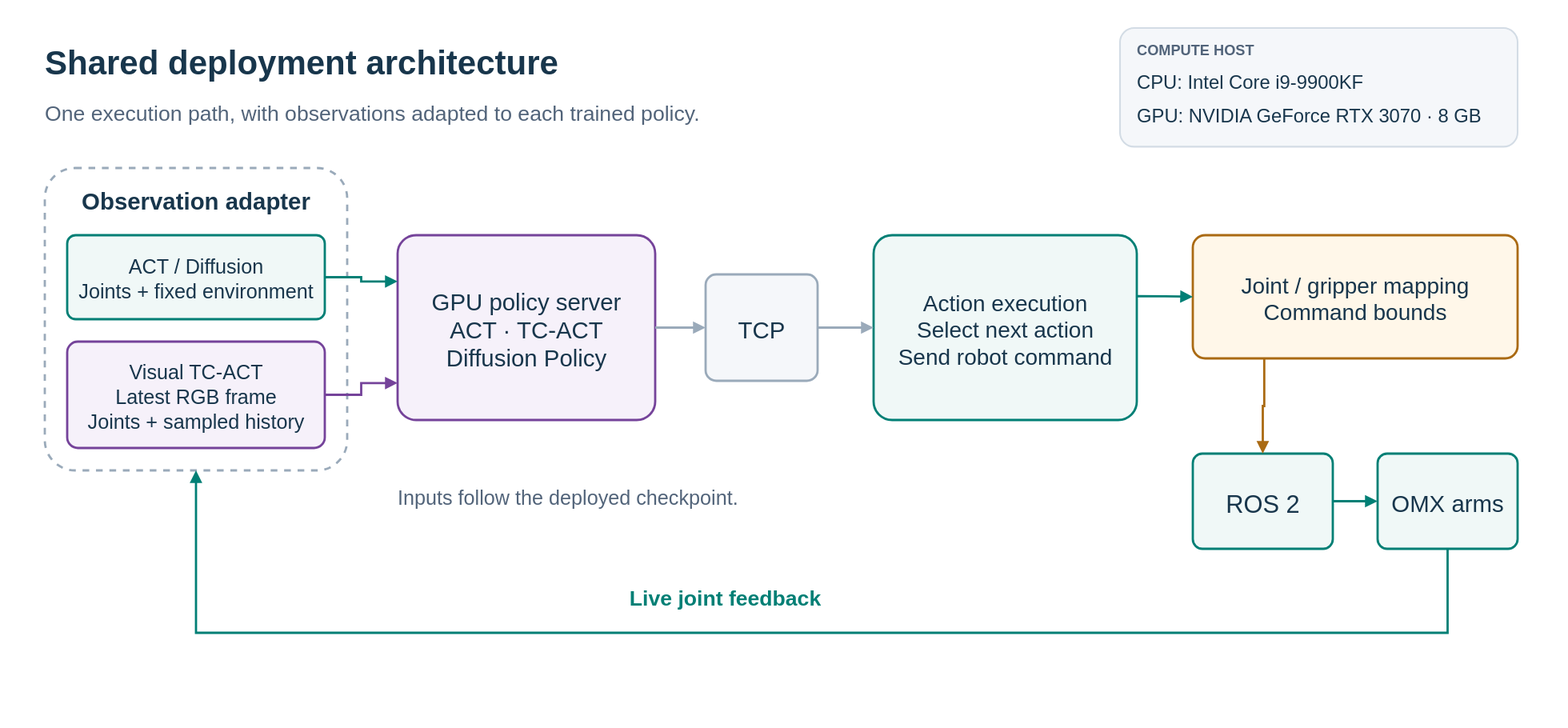
The draw.io diagram docs/assets/diagrams/hardware-deployment-architecture.svg in green101630-jwi/literate-octo-doodle, before a commit. Source tidied: cells renumbered, new cells last; positions are measured from the earlier drawing's top-left corner, leaving out a move shared by most shapes.
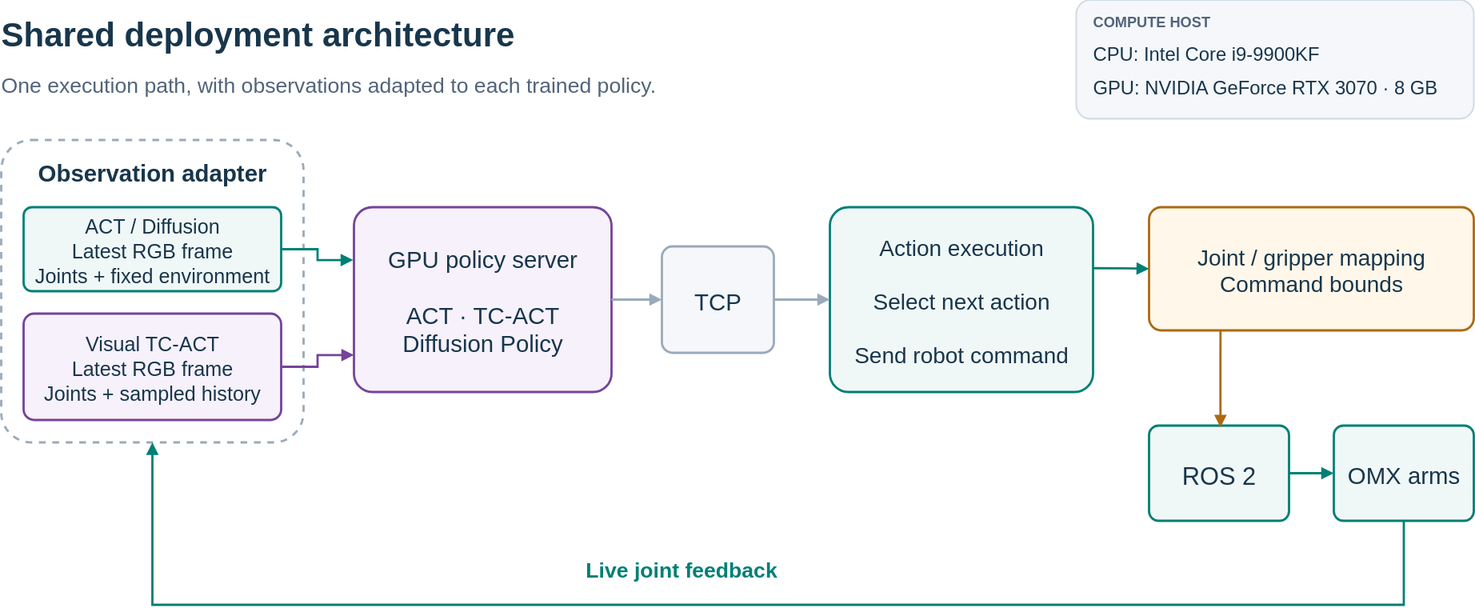
The same diagram one commit later.

Commit message:
Display the uploaded draw.io diagrams and synchronize editable source

Diff of the diagram source:
```diff
@@ -14,19 +14,19 @@
     <mxCell id="5" value="Observation adapter" style="text;html=0;whiteSpace=nowrap;strokeColor=none;fillColor=none;fontColor=#18364c;fontFamily=Arial;fontSize=21;fontStyle=1;align=center;verticalAlign=middle;spacing=0;" parent="1" vertex="1">
       <mxGeometry x="15" y="135" width="240" height="35" as="geometry" />
     </mxCell>
-    <mxCell id="6" value="ACT / Diffusion&#10;Joints + fixed environment" style="rounded=1;arcSize=10;whiteSpace=nowrap;html=0;fillColor=#f0f8f7;strokeColor=#007f75;strokeWidth=2;fontColor=#18364c;fontFamily=Arial;fontSize=18;align=center;verticalAlign=middle;spacing=12;" parent="1" vertex="1">
+    <mxCell id="6" value="ACT / Diffusion&#10;Latest RGB frame&#10;Joints + fixed environment" style="rounded=1;arcSize=10;whiteSpace=nowrap;html=0;fillColor=#f0f8f7;strokeColor=#007f75;strokeWidth=2;fontColor=#18364c;fontFamily=Arial;fontSize=18;align=center;verticalAlign=middle;spacing=12;" parent="1" vertex="1">
       <mxGeometry x="20" y="185" width="230" height="75" as="geometry" />
     </mxCell>
     <mxCell id="7" value="Visual TC-ACT&#10;Latest RGB frame&#10;Joints + sampled history" style="rounded=1;arcSize=10;whiteSpace=nowrap;html=0;fillColor=#f6f1fa;strokeColor=#75439a;strokeWidth=2;fontColor=#18364c;fontFamily=Arial;fontSize=18;align=center;verticalAlign=middle;spacing=12;" parent="1" vertex="1">
       <mxGeometry x="20" y="280" width="230" height="95" as="geometry" />
     </mxCell>
-    <mxCell id="8" value="GPU policy server&#10;ACT · TC-ACT&#10;Diffusion Policy" style="rounded=1;arcSize=10;whiteSpace=nowrap;html=0;fillColor=#f6f1fa;strokeColor=#75439a;strokeWidth=2;fontColor=#18364c;fontFamily=Arial;fontSize=21;align=center;verticalAlign=middle;spacing=12;" parent="1" vertex="1">
+    <mxCell id="8" value="GPU policy server&#10;&#10;ACT · TC-ACT&#10;Diffusion Policy" style="rounded=1;arcSize=10;whiteSpace=nowrap;html=0;fillColor=#f6f1fa;strokeColor=#75439a;strokeWidth=2;fontColor=#18364c;fontFamily=Arial;fontSize=21;align=center;verticalAlign=middle;spacing=12;" parent="1" vertex="1">
       <mxGeometry x="315" y="185" width="230" height="165" as="geometry" />
     </mxCell>
     <mxCell id="9" value="TCP" style="rounded=1;arcSize=10;whiteSpace=nowrap;html=0;fillColor=#f5f7fa;strokeColor=#9aaaba;strokeWidth=2;fontColor=#18364c;fontFamily=Arial;fontSize=21;align=center;verticalAlign=middle;spacing=12;" parent="1" vertex="1">
       <mxGeometry x="590" y="220" width="100" height="95" as="geometry" />
     </mxCell>
-    <mxCell id="10" value="Action execution&#10;Select next action&#10;Send robot command" style="rounded=1;arcSize=10;whiteSpace=nowrap;html=0;fillColor=#f0f8f7;strokeColor=#007f75;strokeWidth=2;fontColor=#18364c;fontFamily=Arial;fontSize=20;align=center;verticalAlign=middle;spacing=12;" parent="1" vertex="1">
+    <mxCell id="10" value="Action execution&#10;&#10;Select next action&#10;&#10;Send robot command" style="rounded=1;arcSize=10;whiteSpace=nowrap;html=0;fillColor=#f0f8f7;strokeColor=#007f75;strokeWidth=2;fontColor=#18364c;fontFamily=Arial;fontSize=20;align=center;verticalAlign=middle;spacing=12;" parent="1" vertex="1">
       <mxGeometry x="740" y="185" width="235" height="165" as="geometry" />
     </mxCell>
     <mxCell id="11" value="Joint / gripper mapping&#10;Command bounds" style="rounded=1;arcSize=10;whiteSpace=nowrap;html=0;fillColor=#fff7e9;strokeColor=#aa6a13;strokeWidth=2;fontColor=#18364c;fontFamily=Arial;fontSize=20;align=center;verticalAlign=middle;spacing=12;" parent="1" vertex="1">
@@ -38,8 +38,8 @@
     <mxCell id="13" value="OMX arms" style="rounded=1;arcSize=10;whiteSpace=nowrap;html=0;fillColor=#f0f8f7;strokeColor=#007f75;strokeWidth=2;fontColor=#18364c;fontFamily=Arial;fontSize=21;align=center;verticalAlign=middle;spacing=12;" parent="1" vertex="1">
       <mxGeometry x="1190" y="380" width="125" height="85" as="geometry" />
     </mxCell>
-    <mxCell id="14" style="edgeStyle=orthogonalEdgeStyle;rounded=0;jettySize=auto;html=0;endArrow=block;endFill=1;strokeColor=#007f75;strokeWidth=2;fontFamily=Arial;fontSize=18;fontColor=#52647a;labelBackgroundColor=#ffffff;exitX=1;exitY=0.5;entryX=0;entryY=0.25;" parent="1" edge="1" source="6" target="8">
-      <mxGeometry relative="1" as="geometry" />
+    <mxCell id="14" style="edgeStyle=orthogonalEdgeStyle;rounded=0;jettySize=auto;html=0;endArrow=block;endFill=1;strokeColor=#007f75;strokeWidth=2;fontFamily=Arial;fontSize=18;fontColor=#52647a;labelBackgroundColor=#ffffff;exitX=1;exitY=0.5;entryX=-0.003;entryY=0.286;entryDx=0;entryDy=0;entryPerimeter=0;" parent="1" edge="1" source="6" target="8">
+      <mxGeometry x="-0.08" relative="1" as="geometry" />
     </mxCell>
     <mxCell id="15" style="edgeStyle=orthogonalEdgeStyle;rounded=0;jettySize=auto;html=0;endArrow=block;endFill=1;strokeColor=#75439a;strokeWidth=2;fontFamily=Arial;fontSize=18;fontColor=#52647a;labelBackgroundColor=#ffffff;exitX=1;exitY=0.5;entryX=0;entryY=0.8;" parent="1" edge="1" source="7" target="8">
       <mxGeometry relative="1" as="geometry" />
@@ -53,7 +53,7 @@
     <mxCell id="18" style="edgeStyle=orthogonalEdgeStyle;rounded=0;jettySize=auto;html=0;endArrow=block;endFill=1;strokeColor=#007f75;strokeWidth=2;fontFamily=Arial;fontSize=18;fontColor=#52647a;labelBackgroundColor=#ffffff;exitX=1;exitY=0.33;entryX=0;entryY=0.5;" parent="1" edge="1" source="10" target="11">
       <mxGeometry relative="1" as="geometry" />
     </mxCell>
-    <mxCell id="19" style="edgeStyle=orthogonalEdgeStyle;rounded=0;jettySize=auto;html=0;endArrow=block;endFill=1;strokeColor=#aa6a13;strokeWidth=2;fontFamily=Arial;fontSize=18;fontColor=#52647a;labelBackgroundColor=#ffffff;exitX=0.22;exitY=1;entryX=0.5;entryY=0;" parent="1" edge="1" source="11" target="12">
+    <mxCell id="19" style="edgeStyle=orthogonalEdgeStyle;rounded=0;jettySize=auto;html=0;endArrow=block;endFill=1;strokeColor=#aa6a13;strokeWidth=2;fontFamily=Arial;fontSize=18;fontColor=#52647a;labelBackgroundColor=#ffffff;exitX=0.22;exitY=1;entryX=0.51;entryY=0.018;entryDx=0;entryDy=0;entryPerimeter=0;" parent="1" edge="1" source="11" target="12">
       <mxGeometry relative="1" as="geometry" />
     </mxCell>
     <mxCell id="20" style="edgeStyle=orthogonalEdgeStyle;rounded=0;jettySize=auto;html=0;endArrow=block;endFill=1;strokeColor=#007f75;strokeWidth=2;fontFamily=Arial;fontSize=18;fontColor=#52647a;labelBackgroundColor=#ffffff;exitX=1;exitY=0.5;entryX=0;entryY=0.5;" parent="1" edge="1" source="12" target="13">
@@ -70,9 +70,6 @@
     <mxCell id="22" value="Live joint feedback" style="text;html=0;whiteSpace=nowrap;strokeColor=none;fillColor=none;fontColor=#007f75;fontFamily=Arial;fontSize=19;fontStyle=1;align=center;verticalAlign=middle;spacing=0;" parent="1" vertex="1">
       <mxGeometry x="430" y="490" width="355" height="35" as="geometry" />
     </mxCell>
-    <mxCell id="23" value="Inputs follow the deployed checkpoint." style="text;html=0;whiteSpace=nowrap;strokeColor=none;fillColor=none;fontColor=#52647a;fontFamily=Arial;fontSize=18;fontStyle=0;align=left;verticalAlign=middle;spacing=0;" parent="1" vertex="1">
-      <mxGeometry x="315" y="395" width="650" height="45" as="geometry" />
-    </mxCell>
     <mxCell id="24" style="rounded=1;arcSize=12;whiteSpace=nowrap;html=0;fillColor=#f5f7fa;strokeColor=#d3dce5;strokeWidth=1.5;" parent="1" vertex="1">
       <mxGeometry x="960" width="355" height="106" as="geometry" />
     </mxCell>
```
